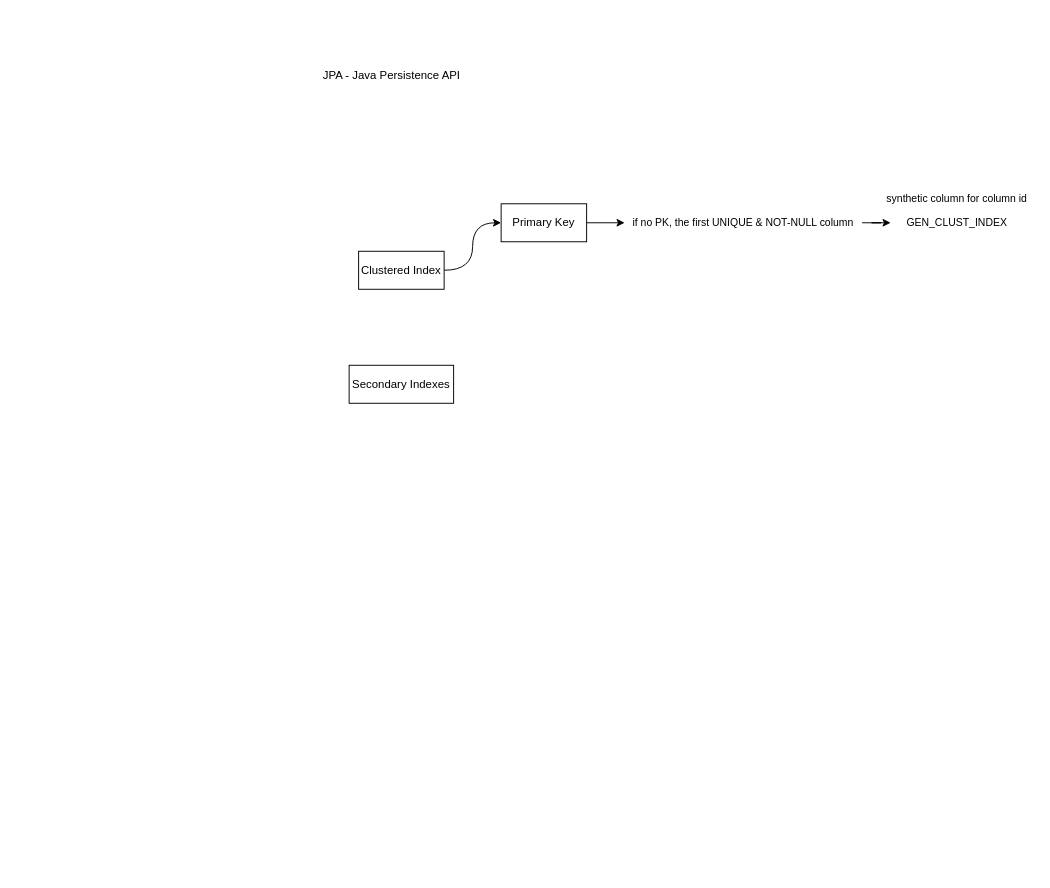
The draw.io diagram MySQL.drawio in haoboliu66/Diagram, before the edit. Source tidied: cells renumbered, new cells numbered last; positions are measured from the earlier drawing's top-left corner, leaving out a move shared by most shapes. Both pictures are drawn from the tidied source at 95%, with x=0, y=0 at pixel (311, 61).
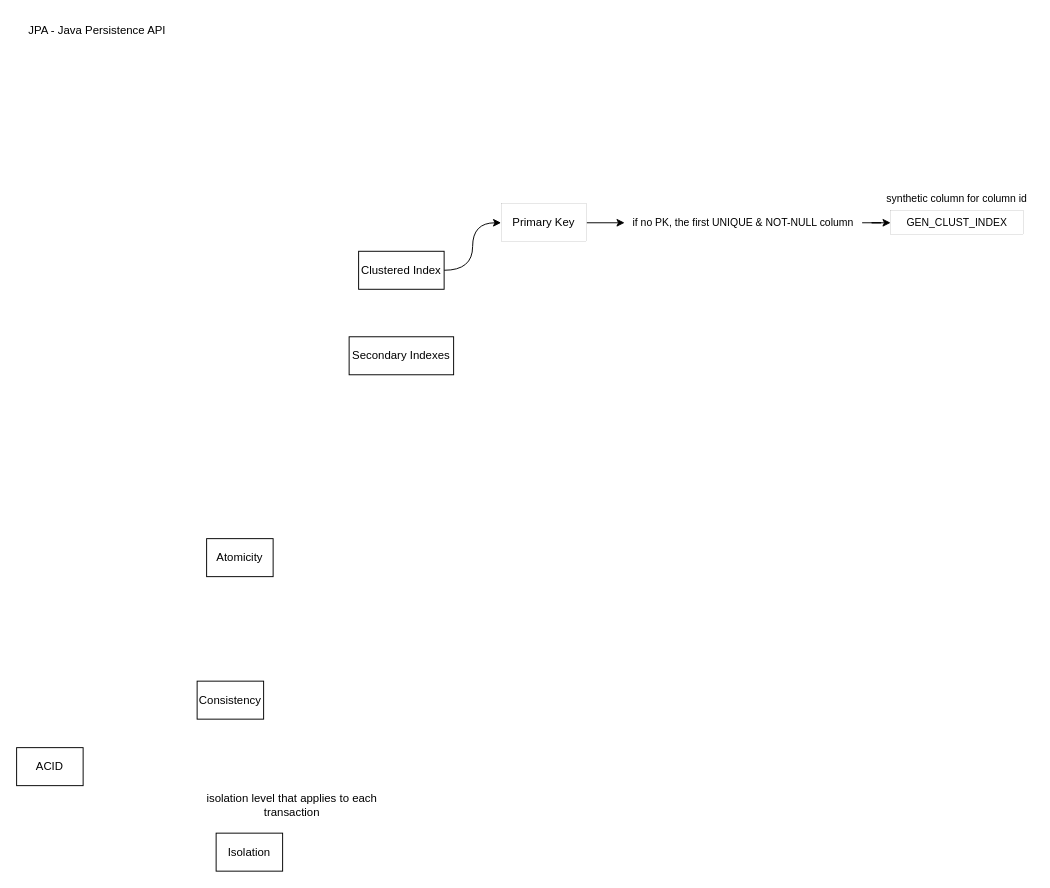
Above is the later version.

What changed in the source:
```diff
@@
 <mxGraphModel>
   <root>
     <mxCell id="0" />
     <mxCell id="1" parent="0" />
     <mxCell id="2" value="JPA - Java Persistence API" style="text;html=1;align=center;verticalAlign=middle;whiteSpace=wrap;rounded=0;" parent="1" vertex="1">
-      <mxGeometry width="170" height="30" as="geometry" />
+      <mxGeometry x="-310" y="-47.5" width="170" height="30" as="geometry" />
     </mxCell>
     <mxCell id="3" style="edgeStyle=orthogonalEdgeStyle;rounded=0;jettySize=auto;html=1;entryX=0;entryY=0.5;entryDx=0;entryDy=0;curved=1;" parent="1" edge="1" source="4" target="6">
       <mxGeometry relative="1" as="geometry" />
     </mxCell>
     <mxCell id="4" value="Clustered Index" style="rounded=0;whiteSpace=wrap;html=1;" parent="1" vertex="1">
       <mxGeometry x="50" y="200" width="90" height="40" as="geometry" />
     </mxCell>
     <mxCell id="5" style="edgeStyle=orthogonalEdgeStyle;rounded=0;jettySize=auto;html=1;strokeColor=default;align=center;verticalAlign=middle;fontFamily=Helvetica;fontSize=11;fontColor=default;labelBackgroundColor=default;endArrow=classic;" parent="1" edge="1" source="6" target="8">
       <mxGeometry relative="1" as="geometry" />
     </mxCell>
-    <mxCell id="6" value="Primary Key" style="rounded=0;whiteSpace=wrap;html=1;" parent="1" vertex="1">
+    <mxCell id="6" value="Primary Key" style="rounded=0;whiteSpace=wrap;html=1;strokeWidth=0;strokeColor=default;" parent="1" vertex="1">
       <mxGeometry x="200" y="150" width="90" height="40" as="geometry" />
     </mxCell>
     <mxCell id="7" style="edgeStyle=orthogonalEdgeStyle;rounded=0;jettySize=auto;html=1;strokeColor=default;align=center;verticalAlign=middle;fontFamily=Helvetica;fontSize=11;fontColor=default;labelBackgroundColor=default;endArrow=classic;" parent="1" edge="1" source="8" target="9">
       <mxGeometry relative="1" as="geometry" />
     </mxCell>
     <mxCell id="8" value="if no PK, the first UNIQUE &amp;amp; NOT-NULL column" style="text;html=1;align=center;verticalAlign=middle;whiteSpace=wrap;rounded=0;fontFamily=Helvetica;fontSize=11;fontColor=default;labelBackgroundColor=default;" parent="1" vertex="1">
       <mxGeometry x="330" y="157.5" width="250" height="25" as="geometry" />
     </mxCell>
-    <mxCell id="9" value="GEN_CLUST_INDEX" style="text;html=1;align=center;verticalAlign=middle;whiteSpace=wrap;rounded=0;fontFamily=Helvetica;fontSize=11;fontColor=default;labelBackgroundColor=default;" parent="1" vertex="1">
+    <mxCell id="9" value="GEN_CLUST_INDEX" style="text;html=1;align=center;verticalAlign=middle;whiteSpace=wrap;rounded=0;fontFamily=Helvetica;fontSize=11;fontColor=default;labelBackgroundColor=default;strokeColor=default;strokeWidth=0;" parent="1" vertex="1">
       <mxGeometry x="610" y="157.5" width="140" height="25" as="geometry" />
     </mxCell>
     <mxCell id="10" value="synthetic column for column id" style="text;html=1;align=center;verticalAlign=middle;whiteSpace=wrap;rounded=0;fontFamily=Helvetica;fontSize=11;fontColor=default;labelBackgroundColor=default;" parent="1" vertex="1">
       <mxGeometry x="600" y="132.5" width="160" height="25" as="geometry" />
     </mxCell>
     <mxCell id="11" value="Secondary Indexes" style="rounded=0;whiteSpace=wrap;html=1;" parent="1" vertex="1">
-      <mxGeometry x="40" y="320" width="110" height="40" as="geometry" />
+      <mxGeometry x="40" y="290" width="110" height="40" as="geometry" />
     </mxCell>
+    <mxCell id="12" value="ACID" style="rounded=0;whiteSpace=wrap;html=1;" parent="1" vertex="1">
+      <mxGeometry x="-310" y="722.5" width="70" height="40" as="geometry" />
+    </mxCell>
+    <mxCell id="13" value="Atomicity" style="rounded=0;whiteSpace=wrap;html=1;" parent="1" vertex="1">
+      <mxGeometry x="-110" y="502.5" width="70" height="40" as="geometry" />
+    </mxCell>
+    <mxCell id="14" value="Consistency" style="rounded=0;whiteSpace=wrap;html=1;" parent="1" vertex="1">
+      <mxGeometry x="-120" y="652.5" width="70" height="40" as="geometry" />
+    </mxCell>
+    <mxCell id="15" value="Isolation" style="rounded=0;whiteSpace=wrap;html=1;" parent="1" vertex="1">
+      <mxGeometry x="-100" y="812.5" width="70" height="40" as="geometry" />
+    </mxCell>
+    <mxCell id="16" value="isolation level that applies to each transaction" style="text;html=1;align=center;verticalAlign=middle;whiteSpace=wrap;rounded=0;" parent="1" vertex="1">
+      <mxGeometry x="-130" y="762.5" width="220" height="40" as="geometry" />
+    </mxCell>
   </root>
 </mxGraphModel>
```
